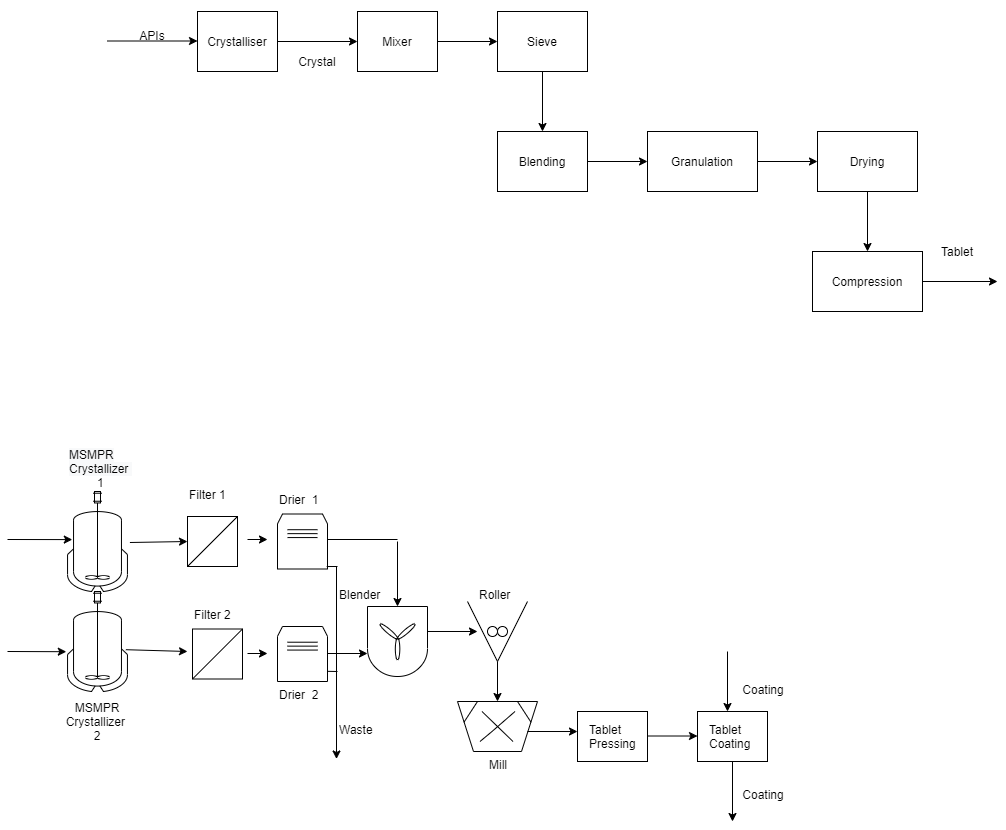
itsrid1/Scenario-2B keeps this draw.io diagram as draft.png. Above is the earlier version. Source tidied: cells renumbered, new cells last; positions are measured from the earlier drawing's top-left corner, leaving out a move shared by most shapes.
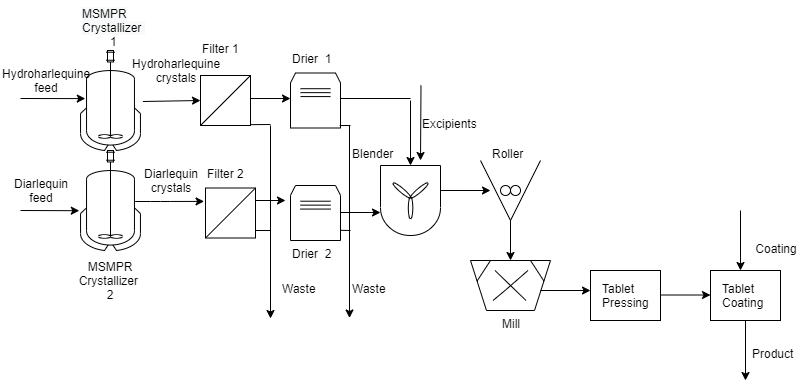
The same file after the commit.

Diff of the diagram source:
```diff
@@ -2,66 +2,6 @@
   <root>
     <mxCell id="0" />
     <mxCell id="1" parent="0" />
-    <mxCell id="2" value="&lt;br&gt;&lt;br&gt;&lt;font face=&quot;helvetica&quot;&gt;APIs&lt;/font&gt;" style="text;html=1;strokeColor=none;fillColor=none;align=center;verticalAlign=middle;whiteSpace=wrap;rounded=0;" parent="1" vertex="1">
-      <mxGeometry x="100" width="90" height="20" as="geometry" />
-    </mxCell>
-    <mxCell id="3" style="edgeStyle=orthogonalEdgeStyle;rounded=0;jettySize=auto;html=1;entryX=0.5;entryY=0;entryDx=0;entryDy=0;" parent="1" edge="1" source="4" target="6">
-      <mxGeometry relative="1" as="geometry" />
-    </mxCell>
-    <mxCell id="4" value="Sieve" style="rounded=0;whiteSpace=wrap;html=1;" parent="1" vertex="1">
-      <mxGeometry x="490" width="90" height="60" as="geometry" />
-    </mxCell>
-    <mxCell id="5" value="Mixer" style="rounded=0;whiteSpace=wrap;html=1;" parent="1" vertex="1">
-      <mxGeometry x="350" width="80" height="60" as="geometry" />
-    </mxCell>
-    <mxCell id="6" value="Blending" style="rounded=0;whiteSpace=wrap;html=1;" parent="1" vertex="1">
-      <mxGeometry x="490" y="120" width="90" height="60" as="geometry" />
-    </mxCell>
-    <mxCell id="7" style="edgeStyle=orthogonalEdgeStyle;rounded=0;jettySize=auto;html=1;entryX=0;entryY=0.5;entryDx=0;entryDy=0;" parent="1" edge="1" source="8" target="10">
-      <mxGeometry relative="1" as="geometry" />
-    </mxCell>
-    <mxCell id="8" value="Granulation" style="rounded=0;whiteSpace=wrap;html=1;" parent="1" vertex="1">
-      <mxGeometry x="640" y="120" width="110" height="60" as="geometry" />
-    </mxCell>
-    <mxCell id="9" style="edgeStyle=orthogonalEdgeStyle;rounded=0;jettySize=auto;html=1;entryX=0.5;entryY=0;entryDx=0;entryDy=0;" parent="1" edge="1" source="10" target="11">
-      <mxGeometry relative="1" as="geometry" />
-    </mxCell>
-    <mxCell id="10" value="Drying" style="rounded=0;whiteSpace=wrap;html=1;" parent="1" vertex="1">
-      <mxGeometry x="810" y="120" width="100" height="60" as="geometry" />
-    </mxCell>
-    <mxCell id="11" value="Compression" style="rounded=0;whiteSpace=wrap;html=1;" parent="1" vertex="1">
-      <mxGeometry x="805" y="240" width="110" height="60" as="geometry" />
-    </mxCell>
-    <mxCell id="12" value="Crystalliser" style="rounded=0;whiteSpace=wrap;html=1;" parent="1" vertex="1">
-      <mxGeometry x="190" width="80" height="60" as="geometry" />
-    </mxCell>
-    <mxCell id="13" style="endArrow=classic;html=1;" parent="1" edge="1">
-      <mxGeometry relative="1" as="geometry">
-        <mxPoint x="100" y="29.5" as="sourcePoint" />
-        <mxPoint x="190" y="29.5" as="targetPoint" />
-      </mxGeometry>
-    </mxCell>
-    <mxCell id="14" value="Crystal" style="text;html=1;strokeColor=none;fillColor=none;align=center;verticalAlign=middle;whiteSpace=wrap;rounded=0;" parent="1" vertex="1">
-      <mxGeometry x="290" y="40" width="40" height="20" as="geometry" />
-    </mxCell>
-    <mxCell id="15" style="endArrow=classic;html=1;exitX=1;exitY=0.5;exitDx=0;exitDy=0;entryX=0;entryY=0.5;entryDx=0;entryDy=0;" parent="1" edge="1" source="12" target="5">
-      <mxGeometry relative="1" as="geometry" />
-    </mxCell>
-    <mxCell id="16" style="endArrow=classic;html=1;exitX=1;exitY=0.5;exitDx=0;exitDy=0;entryX=0;entryY=0.5;entryDx=0;entryDy=0;" parent="1" edge="1" source="5" target="4">
-      <mxGeometry relative="1" as="geometry" />
-    </mxCell>
-    <mxCell id="17" style="endArrow=classic;html=1;exitX=1;exitY=0.5;exitDx=0;exitDy=0;entryX=0;entryY=0.5;entryDx=0;entryDy=0;" parent="1" edge="1" source="6" target="8">
-      <mxGeometry relative="1" as="geometry" />
-    </mxCell>
-    <mxCell id="18" style="endArrow=classic;html=1;" parent="1" edge="1">
-      <mxGeometry relative="1" as="geometry">
-        <mxPoint x="915" y="270" as="sourcePoint" />
-        <mxPoint x="990" y="270" as="targetPoint" />
-      </mxGeometry>
-    </mxCell>
-    <mxCell id="19" value="Tablet" style="text;html=1;strokeColor=none;fillColor=none;align=center;verticalAlign=middle;whiteSpace=wrap;rounded=0;" parent="1" vertex="1">
-      <mxGeometry x="930" y="230" width="40" height="20" as="geometry" />
-    </mxCell>
     <mxCell id="20" style="shape=mxgraph.pid.vessels.jacketed_mixing_vessel;html=1;align=center;verticalLabelPosition=bottom;verticalAlign=top;dashed=0;" parent="1" vertex="1">
       <mxGeometry x="60" y="480" width="60" height="100" as="geometry" />
     </mxCell>
@@ -70,9 +10,11 @@
         <mxPoint x="180" y="530" as="targetPoint" />
       </mxGeometry>
     </mxCell>
-    <mxCell id="22" style="endArrow=classic;html=1;exitX=0.973;exitY=0.582;exitDx=0;exitDy=0;exitPerimeter=0;" parent="1" edge="1" source="25">
+    <mxCell id="22" style="endArrow=classic;html=1;exitX=0.911;exitY=0.51;exitDx=0;exitDy=0;exitPerimeter=0;entryX=-0.028;entryY=0.268;entryDx=0;entryDy=0;entryPerimeter=0;" parent="1" edge="1" source="25" target="53">
       <mxGeometry relative="1" as="geometry">
-        <mxPoint x="180" y="640" as="targetPoint" />
+        <Array as="points">
+          <mxPoint x="140" y="631" />
+        </Array>
       </mxGeometry>
     </mxCell>
     <mxCell id="23" style="verticalLabelPosition=bottom;align=center;dashed=0;html=1;verticalAlign=top;shape=mxgraph.pid.filters.filter;" parent="1" vertex="1">
@@ -86,10 +28,9 @@
     <mxCell id="25" style="shape=mxgraph.pid.vessels.jacketed_mixing_vessel;html=1;align=center;verticalLabelPosition=bottom;verticalAlign=top;dashed=0;" parent="1" vertex="1">
       <mxGeometry x="60" y="580" width="60" height="100" as="geometry" />
     </mxCell>
-    <mxCell id="26" style="endArrow=classic;html=1;" parent="1" edge="1">
+    <mxCell id="26" style="endArrow=classic;html=1;entryX=0;entryY=0.464;entryDx=0;entryDy=0;entryPerimeter=0;" parent="1" edge="1" target="27">
       <mxGeometry relative="1" as="geometry">
-        <mxPoint x="240" y="528" as="sourcePoint" />
-        <mxPoint x="260" y="528" as="targetPoint" />
+        <mxPoint x="230" y="528" as="sourcePoint" />
       </mxGeometry>
     </mxCell>
     <mxCell id="27" style="shape=mxgraph.pid.driers.drying_oven,_drying_chamber,_shelf_dryer;html=1;align=center;verticalLabelPosition=bottom;verticalAlign=top;dashed=0;" parent="1" vertex="1">
@@ -197,7 +138,7 @@
       <mxGeometry x="60" y="430" width="60" height="50" as="geometry" />
     </mxCell>
     <mxCell id="50" value="&lt;div style=&quot;text-align: center&quot;&gt;&lt;span&gt;&lt;font face=&quot;helvetica&quot;&gt;Filter 1&lt;/font&gt;&lt;/span&gt;&lt;/div&gt;" style="text;whiteSpace=wrap;html=1;" parent="1" vertex="1">
-      <mxGeometry x="180" y="470" width="60" height="20" as="geometry" />
+      <mxGeometry x="180" y="465" width="60" height="20" as="geometry" />
     </mxCell>
     <mxCell id="51" value="&lt;span style=&quot;font-family: &amp;#34;helvetica&amp;#34; ; text-align: center&quot;&gt;Drier&amp;nbsp; 1&lt;/span&gt;" style="text;whiteSpace=wrap;html=1;" parent="1" vertex="1">
       <mxGeometry x="270" y="475" width="50" height="10" as="geometry" />
@@ -222,8 +163,8 @@
     </mxCell>
     <mxCell id="57" style="endArrow=classic;html=1;" parent="1" edge="1">
       <mxGeometry relative="1" as="geometry">
-        <mxPoint x="240" y="642" as="sourcePoint" />
-        <mxPoint x="260" y="642" as="targetPoint" />
+        <mxPoint x="235" y="630" as="sourcePoint" />
+        <mxPoint x="265" y="630" as="targetPoint" />
       </mxGeometry>
     </mxCell>
     <mxCell id="58" style="endArrow=classic;html=1;" parent="1" edge="1">
@@ -266,7 +207,7 @@
         <mxPoint x="720" y="700" as="targetPoint" />
       </mxGeometry>
     </mxCell>
-    <mxCell id="67" value="&lt;span style=&quot;font-family: &amp;#34;helvetica&amp;#34; ; text-align: center&quot;&gt;&amp;nbsp;Coating&lt;/span&gt;" style="text;whiteSpace=wrap;html=1;" parent="1" vertex="1">
+    <mxCell id="67" value="&lt;span style=&quot;font-family: &amp;#34;helvetica&amp;#34; ; text-align: center&quot;&gt;Product&lt;/span&gt;" style="text;whiteSpace=wrap;html=1;" parent="1" vertex="1">
       <mxGeometry x="730" y="770" width="50" height="15" as="geometry" />
     </mxCell>
     <mxCell id="68" value="&lt;span style=&quot;font-family: &amp;#34;helvetica&amp;#34; ; text-align: center&quot;&gt;&amp;nbsp;Coating&lt;/span&gt;" style="text;whiteSpace=wrap;html=1;" parent="1" vertex="1">
@@ -275,5 +216,45 @@
     <mxCell id="69" value="&lt;span style=&quot;font-family: &amp;#34;helvetica&amp;#34; ; text-align: center&quot;&gt;Tablet Pressing&lt;/span&gt;" style="text;whiteSpace=wrap;html=1;" parent="1" vertex="1">
       <mxGeometry x="580" y="705" width="50" height="20" as="geometry" />
     </mxCell>
+    <mxCell id="70" style="endArrow=classic;html=1;" parent="1" edge="1">
+      <mxGeometry relative="1" as="geometry">
+        <mxPoint x="250" y="555" as="sourcePoint" />
+        <mxPoint x="250" y="748" as="targetPoint" />
+      </mxGeometry>
+    </mxCell>
+    <mxCell id="71" style="endArrow=none;html=1;exitX=0.993;exitY=0.983;exitDx=0;exitDy=0;exitPerimeter=0;" parent="1" edge="1" source="23">
+      <mxGeometry relative="1" as="geometry">
+        <mxPoint x="250" y="554" as="targetPoint" />
+      </mxGeometry>
+    </mxCell>
+    <mxCell id="72" value="&lt;span style=&quot;font-family: &amp;#34;helvetica&amp;#34; ; text-align: center&quot;&gt;Waste&lt;/span&gt;" style="text;whiteSpace=wrap;html=1;" parent="1" vertex="1">
+      <mxGeometry x="260" y="705" width="50" height="20" as="geometry" />
+    </mxCell>
+    <mxCell id="73" style="endArrow=classic;html=1;" parent="1" edge="1">
+      <mxGeometry relative="1" as="geometry">
+        <mxPoint x="400.5" y="515" as="sourcePoint" />
+        <mxPoint x="400" y="590" as="targetPoint" />
+      </mxGeometry>
+    </mxCell>
+    <mxCell id="74" value="&lt;span style=&quot;font-family: &amp;#34;helvetica&amp;#34; ; text-align: center&quot;&gt;Excipients&lt;/span&gt;" style="text;whiteSpace=wrap;html=1;" parent="1" vertex="1">
+      <mxGeometry x="400" y="540" width="50" height="15" as="geometry" />
+    </mxCell>
+    <mxCell id="75" value="&lt;div style=&quot;text-align: center&quot;&gt;&lt;span&gt;&lt;font face=&quot;helvetica&quot;&gt;Hydroharlequine&lt;/font&gt;&lt;/span&gt;&lt;/div&gt;&lt;div style=&quot;text-align: center&quot;&gt;&lt;span&gt;&lt;font face=&quot;helvetica&quot;&gt;feed&lt;/font&gt;&lt;/span&gt;&lt;/div&gt;" style="text;whiteSpace=wrap;html=1;" parent="1" vertex="1">
+      <mxGeometry x="-20" y="490" width="60" height="40" as="geometry" />
+    </mxCell>
+    <mxCell id="76" value="&lt;div style=&quot;text-align: center&quot;&gt;&lt;span&gt;&lt;font face=&quot;helvetica&quot;&gt;Diarlequin feed&lt;/font&gt;&lt;/span&gt;&lt;/div&gt;" style="text;whiteSpace=wrap;html=1;" parent="1" vertex="1">
+      <mxGeometry x="-10" y="600" width="60" height="40" as="geometry" />
+    </mxCell>
+    <mxCell id="77" value="&lt;div style=&quot;text-align: center&quot;&gt;&lt;span&gt;&lt;font face=&quot;helvetica&quot;&gt;Diarlequin crystals&lt;/font&gt;&lt;/span&gt;&lt;/div&gt;" style="text;whiteSpace=wrap;html=1;" parent="1" vertex="1">
+      <mxGeometry x="120" y="590" width="60" height="40" as="geometry" />
+    </mxCell>
+    <mxCell id="78" value="&lt;div style=&quot;text-align: center&quot;&gt;&lt;span&gt;&lt;font face=&quot;helvetica&quot;&gt;Hydroharlequine&lt;/font&gt;&lt;/span&gt;&lt;/div&gt;&lt;div style=&quot;text-align: center&quot;&gt;&lt;font face=&quot;helvetica&quot;&gt;crystals&lt;/font&gt;&lt;/div&gt;" style="text;whiteSpace=wrap;html=1;" parent="1" vertex="1">
+      <mxGeometry x="110" y="480" width="60" height="40" as="geometry" />
+    </mxCell>
+    <mxCell id="79" style="endArrow=none;html=1;exitX=0.993;exitY=0.85;exitDx=0;exitDy=0;exitPerimeter=0;" parent="1" edge="1" source="53">
+      <mxGeometry relative="1" as="geometry">
+        <mxPoint x="250" y="660" as="targetPoint" />
+      </mxGeometry>
+    </mxCell>
   </root>
 </mxGraphModel>
```
